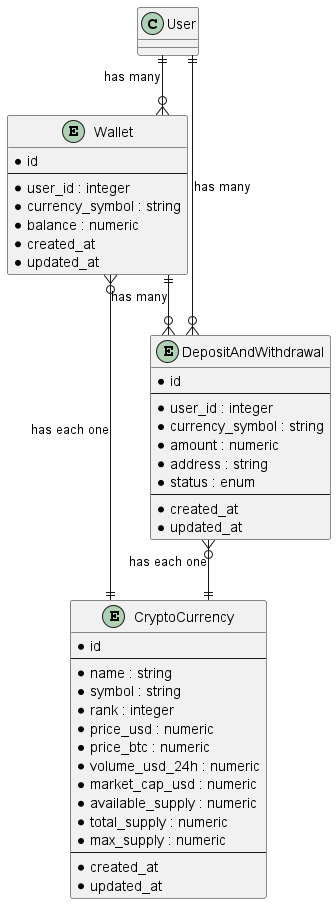
This is design/diagrams/png/Users_Wallet_DepositAndWithdrawal.png from xemoe/xemoe-exchange-app, a PlantUML export, as it was before one commit. Its diagram source:
```plantuml
@startuml

skinparam linetype ortho

entity CryptoCurrency {
    * id
    --
    * name : string
    * symbol : string
    * rank : integer
    * price_usd : numeric
    * price_btc : numeric
    * volume_usd_24h : numeric
    * market_cap_usd : numeric
    * available_supply : numeric
    * total_supply : numeric
    * max_supply : numeric
    --
    * created_at
    * updated_at
}

entity Wallet {
    * id
    --
    * user_id : integer
    * currency_symbol : string
    * balance : numeric
    * created_at
    * updated_at
}

entity DepositAndWithdrawal {
    * id
    --
    * user_id : integer
    * currency_symbol : string
    * amount : numeric
    * address : string
    * status : enum
    --
    * created_at
    * updated_at
}


User ||--o{ Wallet : has many
User ||--o{ DepositAndWithdrawal : has many

Wallet ||--o{ DepositAndWithdrawal : has many
Wallet }o--|| CryptoCurrency : has each one

DepositAndWithdrawal }o--|| CryptoCurrency : has each one

@enduml
```
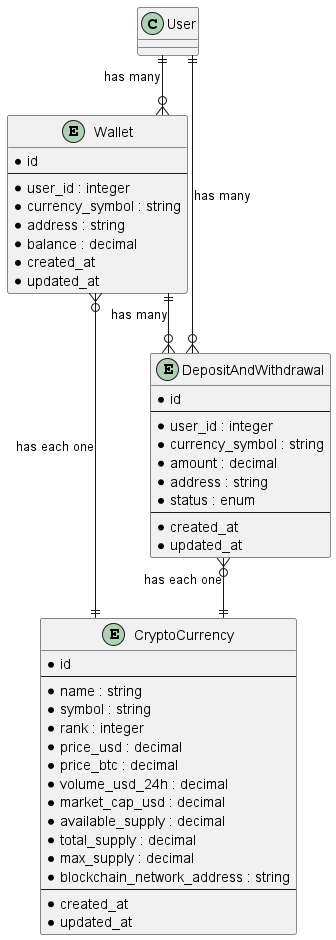
Above is the later version.

Diff of the diagram source:
```diff
@@ -8,13 +8,14 @@
     * name : string
     * symbol : string
     * rank : integer
-    * price_usd : numeric
-    * price_btc : numeric
-    * volume_usd_24h : numeric
-    * market_cap_usd : numeric
-    * available_supply : numeric
-    * total_supply : numeric
-    * max_supply : numeric
+    * price_usd : decimal
+    * price_btc : decimal
+    * volume_usd_24h : decimal
+    * market_cap_usd : decimal
+    * available_supply : decimal
+    * total_supply : decimal
+    * max_supply : decimal
+    * blockchain_network_address : string
     --
     * created_at
     * updated_at
@@ -25,7 +26,8 @@
     --
     * user_id : integer
     * currency_symbol : string
-    * balance : numeric
+    * address : string
+    * balance : decimal
     * created_at
     * updated_at
 }
@@ -35,7 +37,7 @@
     --
     * user_id : integer
     * currency_symbol : string
-    * amount : numeric
+    * amount : decimal
     * address : string
     * status : enum
     --
```
